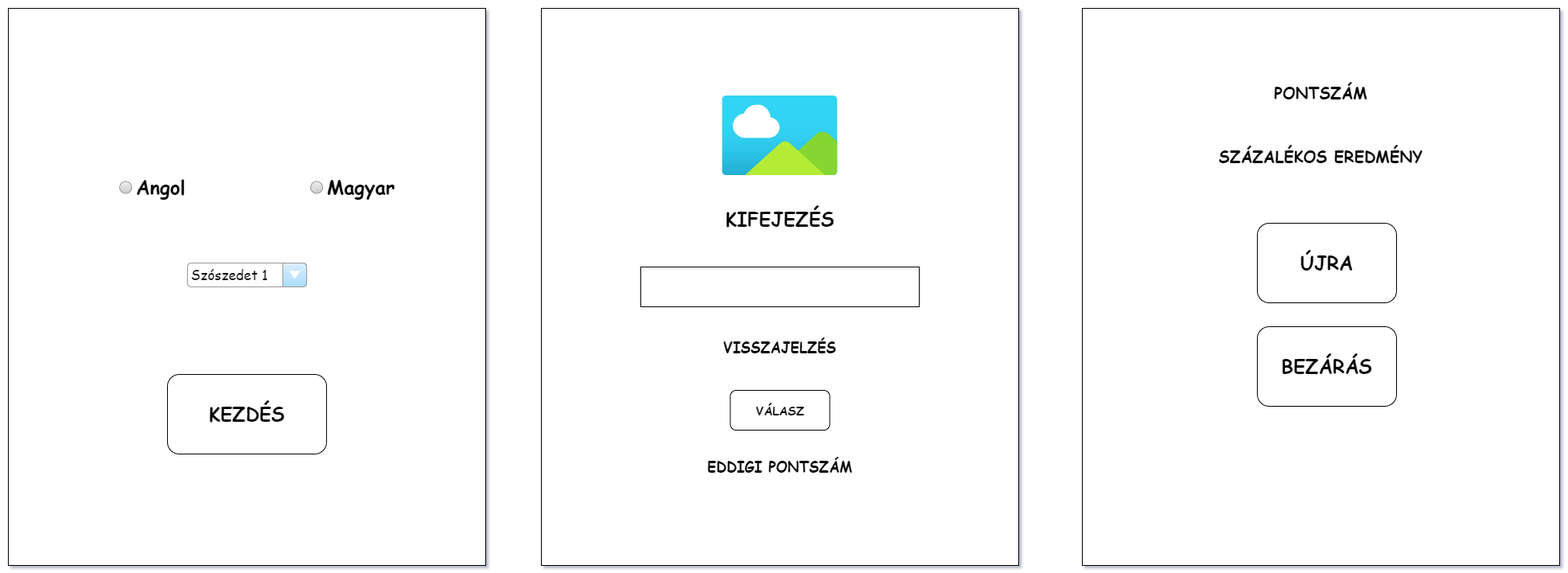
Above: wireframes_UML/Tesztfeladatsor wireframe.png in martakrisztian97/Englian (draw.io), before the change. Source tidied: cells renumbered, new cells last; positions are measured from the earlier drawing's top-left corner, leaving out a move shared by most shapes. Source of this version:
```xml
<mxGraphModel background="#FFFFFF" shadow="1">
  <root>
    <mxCell id="0" />
    <mxCell id="1" parent="0" />
    <mxCell id="2" style="group;" parent="1" vertex="1">
      <mxGeometry width="600" height="700" as="geometry" />
    </mxCell>
    <mxCell id="3" style="whiteSpace=wrap;html=1;fontFamily=Comic Sans MS;" parent="2" vertex="1">
      <mxGeometry width="600" height="700" as="geometry" />
    </mxCell>
    <mxCell id="4" value="Angol" style="shape=ellipse;fillColor=#eeeeee;strokeColor=#999999;gradientColor=#cccccc;html=1;align=left;spacingLeft=4;fontSize=24;fontColor=#000000;labelPosition=right;shadow=0;fontFamily=Comic Sans MS;fontStyle=1;" parent="2" vertex="1">
      <mxGeometry x="140" y="217.5" width="15" height="15" as="geometry" />
    </mxCell>
    <mxCell id="5" value="Magyar" style="shape=ellipse;fillColor=#eeeeee;strokeColor=#999999;gradientColor=#cccccc;html=1;align=left;spacingLeft=4;fontSize=24;fontColor=#000000;labelPosition=right;shadow=0;fontStyle=1;fontFamily=Comic Sans MS;" parent="2" vertex="1">
      <mxGeometry x="380" y="217.5" width="15" height="15" as="geometry" />
    </mxCell>
    <mxCell id="6" value="KEZDÉS" style="rounded=1;whiteSpace=wrap;html=1;fontSize=24;fontFamily=Comic Sans MS;fontStyle=1;" parent="2" vertex="1">
      <mxGeometry x="200" y="460" width="200" height="100" as="geometry" />
    </mxCell>
    <mxCell id="7" value="Szószedet 1" style="strokeWidth=1;shadow=0;dashed=0;align=center;html=1;shape=mxgraph.mockup.forms.comboBox;strokeColor=#999999;fillColor=#ddeeff;align=left;fillColor2=#aaddff;mainText=;fontColor=#000000;fontSize=17;spacingLeft=3;fontFamily=Comic Sans MS;labelBackgroundColor=none;" parent="2" vertex="1">
      <mxGeometry x="225" y="320" width="150" height="30" as="geometry" />
    </mxCell>
    <mxCell id="8" style="group;" parent="1" vertex="1">
      <mxGeometry x="670" width="600" height="700" as="geometry" />
    </mxCell>
    <mxCell id="9" style="whiteSpace=wrap;html=1;fontFamily=Comic Sans MS;" parent="8" vertex="1">
      <mxGeometry width="600" height="700" as="geometry" />
    </mxCell>
    <mxCell id="10" value="KIFEJEZÉS" style="text;html=1;fillColor=none;align=center;verticalAlign=middle;whiteSpace=wrap;rounded=0;fontSize=24;fontFamily=Comic Sans MS;fontStyle=1;shadow=0;" parent="8" vertex="1">
      <mxGeometry x="60" y="250" width="480" height="30" as="geometry" />
    </mxCell>
    <mxCell id="11" style="image;html=1;align=center;fontSize=12;image=img/lib/azure2/general/Image.svg;fillColor=none;" parent="8" vertex="1">
      <mxGeometry x="227.2" y="110" width="145.5" height="100" as="geometry" />
    </mxCell>
    <mxCell id="12" value="VÁLASZ" style="rounded=1;whiteSpace=wrap;html=1;fontFamily=Comic Sans MS;fontStyle=1;fontSize=15;fillColor=none;" parent="8" vertex="1">
      <mxGeometry x="237.5" y="480" width="125" height="50" as="geometry" />
    </mxCell>
    <mxCell id="13" value="VISSZAJELZÉS" style="text;html=1;fillColor=none;align=center;verticalAlign=middle;whiteSpace=wrap;rounded=0;fontSize=18;fontFamily=Comic Sans MS;fontStyle=1;shadow=0;" parent="8" vertex="1">
      <mxGeometry x="60" y="410" width="480" height="30" as="geometry" />
    </mxCell>
    <mxCell id="14" value="EDDIGI PONTSZÁM" style="text;html=1;fillColor=none;align=center;verticalAlign=middle;whiteSpace=wrap;rounded=0;fontSize=18;fontFamily=Comic Sans MS;fontStyle=1;shadow=0;" parent="8" vertex="1">
      <mxGeometry x="60" y="560" width="480" height="30" as="geometry" />
    </mxCell>
    <mxCell id="15" style="rounded=0;whiteSpace=wrap;html=1;fillColor=none;" parent="8" vertex="1">
      <mxGeometry x="125" y="325" width="350" height="50" as="geometry" />
    </mxCell>
    <mxCell id="16" style="group;" parent="1" vertex="1">
      <mxGeometry x="1350" width="600" height="700" as="geometry" />
    </mxCell>
    <mxCell id="17" style="whiteSpace=wrap;html=1;fontFamily=Comic Sans MS;" parent="16" vertex="1">
      <mxGeometry width="600" height="700" as="geometry" />
    </mxCell>
    <mxCell id="18" value="BEZÁRÁS" style="rounded=1;whiteSpace=wrap;html=1;fontSize=24;fontFamily=Comic Sans MS;fontStyle=1;" parent="16" vertex="1">
      <mxGeometry x="220" y="400" width="175" height="100" as="geometry" />
    </mxCell>
    <mxCell id="19" value="ÚJRA" style="rounded=1;whiteSpace=wrap;html=1;fontSize=24;fontFamily=Comic Sans MS;fontStyle=1;" parent="16" vertex="1">
      <mxGeometry x="220" y="270" width="175" height="100" as="geometry" />
    </mxCell>
    <mxCell id="20" value="PONTSZÁM" style="text;html=1;strokeColor=none;fillColor=none;align=center;verticalAlign=middle;whiteSpace=wrap;rounded=0;fontFamily=Comic Sans MS;fontStyle=1;fontSize=20;" parent="16" vertex="1">
      <mxGeometry x="170" y="90" width="260" height="30" as="geometry" />
    </mxCell>
    <mxCell id="21" value="SZÁZALÉKOS EREDMÉNY" style="text;html=1;strokeColor=none;fillColor=none;align=center;verticalAlign=middle;whiteSpace=wrap;rounded=0;fontFamily=Comic Sans MS;fontStyle=1;fontSize=20;" parent="16" vertex="1">
      <mxGeometry x="145" y="170" width="310" height="30" as="geometry" />
    </mxCell>
  </root>
</mxGraphModel>
```
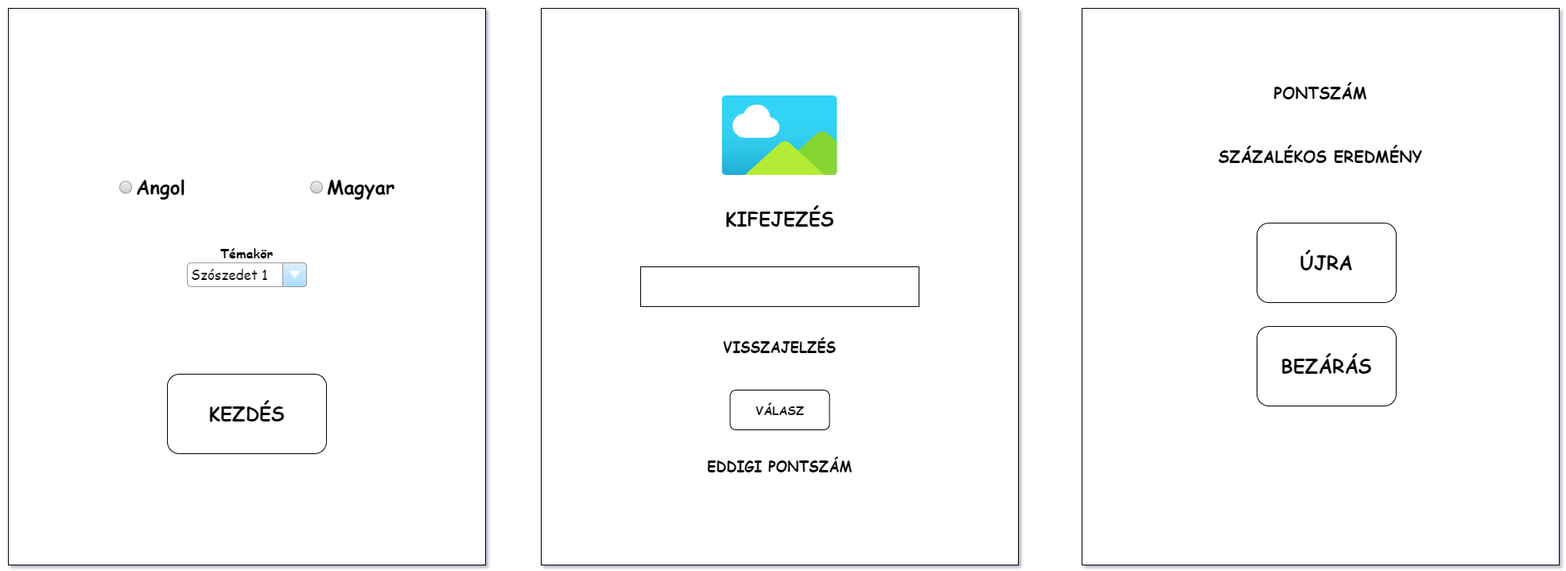
Later version of the same file.

Change to the diagram source:
```diff
@@ -20,6 +20,9 @@
     <mxCell id="7" value="Szószedet 1" style="strokeWidth=1;shadow=0;dashed=0;align=center;html=1;shape=mxgraph.mockup.forms.comboBox;strokeColor=#999999;fillColor=#ddeeff;align=left;fillColor2=#aaddff;mainText=;fontColor=#000000;fontSize=17;spacingLeft=3;fontFamily=Comic Sans MS;labelBackgroundColor=none;" parent="2" vertex="1">
       <mxGeometry x="225" y="320" width="150" height="30" as="geometry" />
     </mxCell>
+    <mxCell id="22" value="Témakör" style="text;html=1;strokeColor=none;fillColor=none;align=center;verticalAlign=bottom;whiteSpace=wrap;rounded=0;fontFamily=Comic Sans MS;fontStyle=1;fontSize=16;" parent="2" vertex="1">
+      <mxGeometry x="235" y="290" width="130" height="30" as="geometry" />
+    </mxCell>
     <mxCell id="8" style="group;" parent="1" vertex="1">
       <mxGeometry x="670" width="600" height="700" as="geometry" />
     </mxCell>
```
